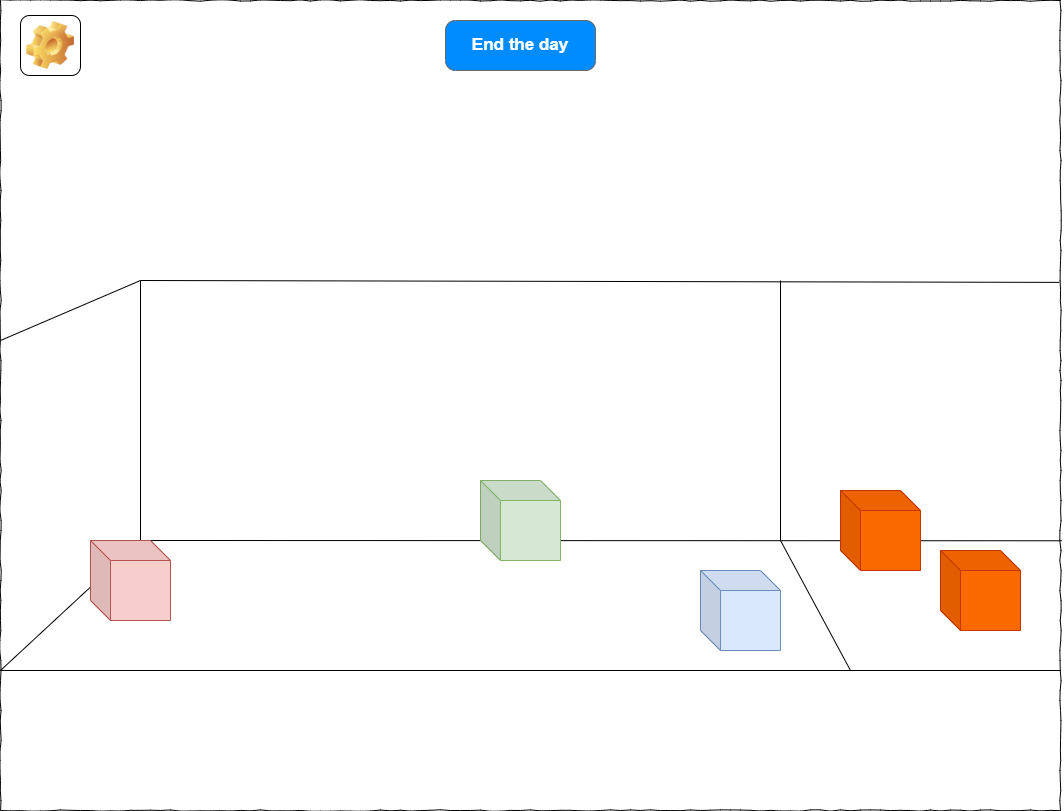
Earlier version of the draw.io export Diagrams/Game world.drawio.png (ZoraJayKay/User-Interface-Programming-Assessment-2). Source tidied: cells renumbered, new cells last; positions are measured from the earlier drawing's top-left corner, leaving out a move shared by most shapes.
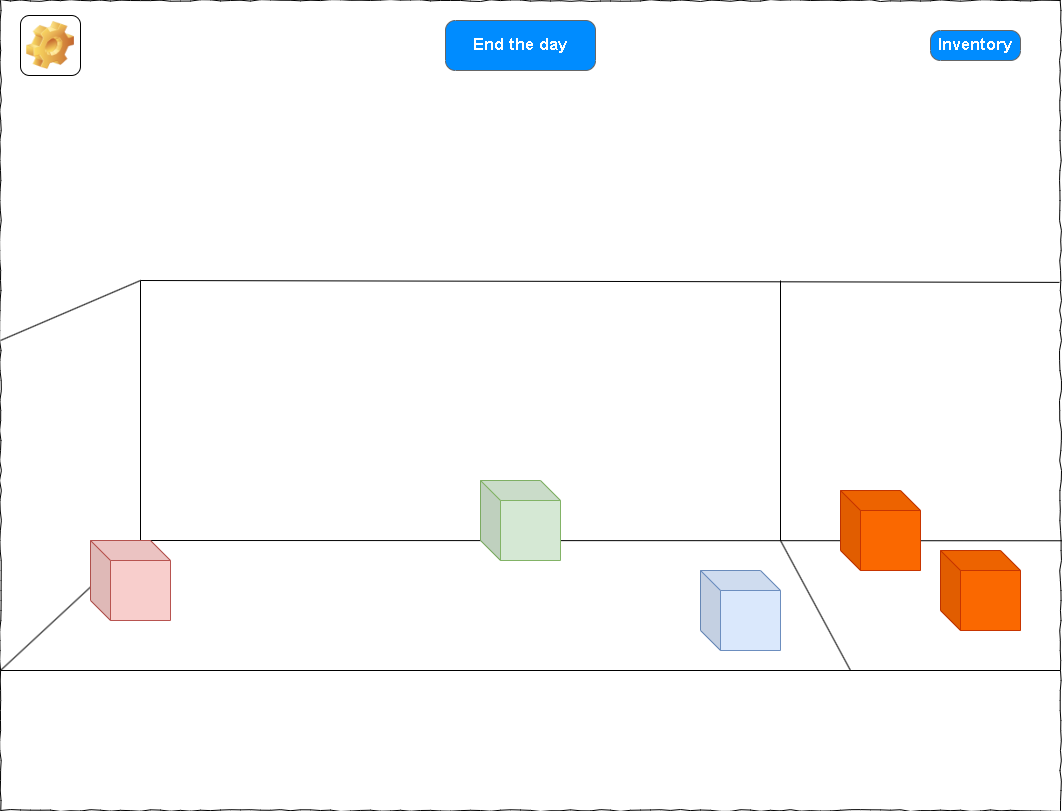
After the commit.

Diff of the diagram source:
```diff
@@ -71,5 +71,8 @@
     <mxCell id="17" style="icon;html=1;image=img/clipart/Gear_128x128.png;fontSize=13;" parent="1" vertex="1">
       <mxGeometry x="20" y="15" width="60" height="60" as="geometry" />
     </mxCell>
+    <mxCell id="18" value="Inventory" style="strokeWidth=1;shadow=0;dashed=0;align=center;html=1;shape=mxgraph.mockup.buttons.button;strokeColor=#666666;fontColor=#ffffff;mainText=;buttonStyle=round;fontSize=17;fontStyle=1;fillColor=#008cff;whiteSpace=wrap;" parent="1" vertex="1">
+      <mxGeometry x="930" y="30" width="90" height="30" as="geometry" />
+    </mxCell>
   </root>
 </mxGraphModel>
```
